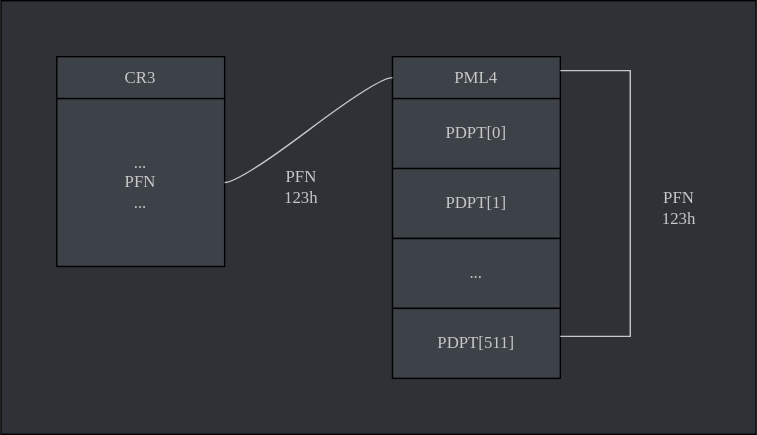
Earlier version of the draw.io export resources/SelfReferencingPML4E.svg (brew02/brew02.github.io). Source tidied: cells renumbered, new cells last; positions are measured from the earlier drawing's top-left corner, leaving out a move shared by most shapes.
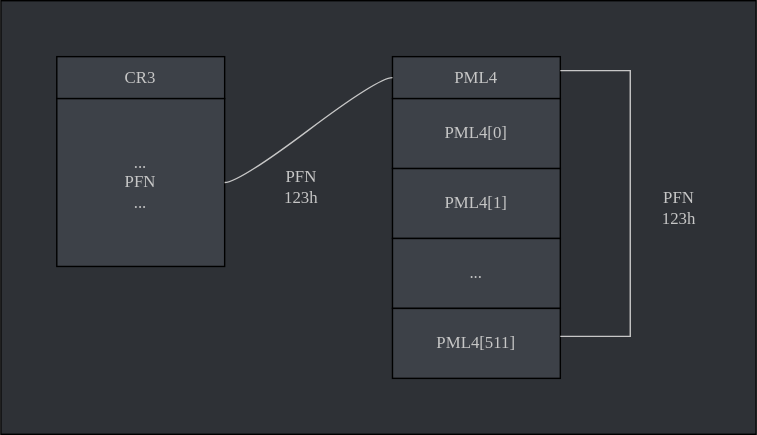
Above is the later version.

Diff of the diagram source:
```diff
@@ -14,16 +14,16 @@
     <mxCell id="5" value="&lt;font color=&quot;#c7c7c7&quot;&gt;PML4&lt;/font&gt;" style="rounded=0;whiteSpace=wrap;html=1;fillColor=#3d4148;fontFamily=Roboto Mono;fontSource=https%3A%2F%2Ffonts.googleapis.com%2Fcss%3Ffamily%3DRoboto%2BMono;" parent="1" vertex="1">
       <mxGeometry x="280" y="40" width="120" height="30" as="geometry" />
     </mxCell>
-    <mxCell id="6" value="&lt;font color=&quot;#c7c7c7&quot;&gt;PDPT[0]&lt;/font&gt;" style="rounded=0;whiteSpace=wrap;html=1;fillColor=#3d4148;fontFamily=Roboto Mono;fontSource=https%3A%2F%2Ffonts.googleapis.com%2Fcss%3Ffamily%3DRoboto%2BMono;" parent="1" vertex="1">
+    <mxCell id="6" value="&lt;font color=&quot;#c7c7c7&quot;&gt;PML4[0]&lt;/font&gt;" style="rounded=0;whiteSpace=wrap;html=1;fillColor=#3d4148;fontFamily=Roboto Mono;fontSource=https%3A%2F%2Ffonts.googleapis.com%2Fcss%3Ffamily%3DRoboto%2BMono;" parent="1" vertex="1">
       <mxGeometry x="280" y="70" width="120" height="50" as="geometry" />
     </mxCell>
-    <mxCell id="7" value="&lt;font color=&quot;#c7c7c7&quot;&gt;PDPT[1]&lt;/font&gt;" style="rounded=0;whiteSpace=wrap;html=1;fillColor=#3d4148;fontFamily=Roboto Mono;fontSource=https%3A%2F%2Ffonts.googleapis.com%2Fcss%3Ffamily%3DRoboto%2BMono;" parent="1" vertex="1">
+    <mxCell id="7" value="&lt;font color=&quot;#c7c7c7&quot;&gt;PML4[1]&lt;/font&gt;" style="rounded=0;whiteSpace=wrap;html=1;fillColor=#3d4148;fontFamily=Roboto Mono;fontSource=https%3A%2F%2Ffonts.googleapis.com%2Fcss%3Ffamily%3DRoboto%2BMono;" parent="1" vertex="1">
       <mxGeometry x="280" y="120" width="120" height="50" as="geometry" />
     </mxCell>
     <mxCell id="8" value="&lt;font color=&quot;#c7c7c7&quot;&gt;...&lt;/font&gt;" style="rounded=0;whiteSpace=wrap;html=1;fillColor=#3d4148;fontFamily=Roboto Mono;fontSource=https%3A%2F%2Ffonts.googleapis.com%2Fcss%3Ffamily%3DRoboto%2BMono;" parent="1" vertex="1">
       <mxGeometry x="280" y="170" width="120" height="50" as="geometry" />
     </mxCell>
-    <mxCell id="9" value="&lt;font color=&quot;#c7c7c7&quot;&gt;PDPT[511]&lt;/font&gt;" style="rounded=0;whiteSpace=wrap;html=1;fillColor=#3d4148;fontFamily=Roboto Mono;fontSource=https%3A%2F%2Ffonts.googleapis.com%2Fcss%3Ffamily%3DRoboto%2BMono;" parent="1" vertex="1">
+    <mxCell id="9" value="&lt;font color=&quot;#c7c7c7&quot;&gt;PML4[511]&lt;/font&gt;" style="rounded=0;whiteSpace=wrap;html=1;fillColor=#3d4148;fontFamily=Roboto Mono;fontSource=https%3A%2F%2Ffonts.googleapis.com%2Fcss%3Ffamily%3DRoboto%2BMono;" parent="1" vertex="1">
       <mxGeometry x="280" y="220" width="120" height="50" as="geometry" />
     </mxCell>
     <mxCell id="10" value="PFN&lt;div&gt;&lt;span style=&quot;background-color: initial;&quot;&gt;123h&lt;/span&gt;&lt;/div&gt;" style="whiteSpace=wrap;html=1;shape=partialRectangle;top=0;left=0;bottom=0;right=0;fillColor=none;align=center;verticalAlign=bottom;routingCenterY=0.5;newEdgeStyle={&quot;edgeStyle&quot;:&quot;entityRelationEdgeStyle&quot;,&quot;startArrow&quot;:&quot;none&quot;,&quot;endArrow&quot;:&quot;none&quot;,&quot;segment&quot;:10,&quot;curved&quot;:1,&quot;sourcePerimeterSpacing&quot;:0,&quot;targetPerimeterSpacing&quot;:0};strokeColor=#c7c7c7;fontColor=#C7C7C7;fontFamily=Roboto Mono;fontSource=https%3A%2F%2Ffonts.googleapis.com%2Fcss%3Ffamily%3DRoboto%2BMono;" parent="1" vertex="1">
```
